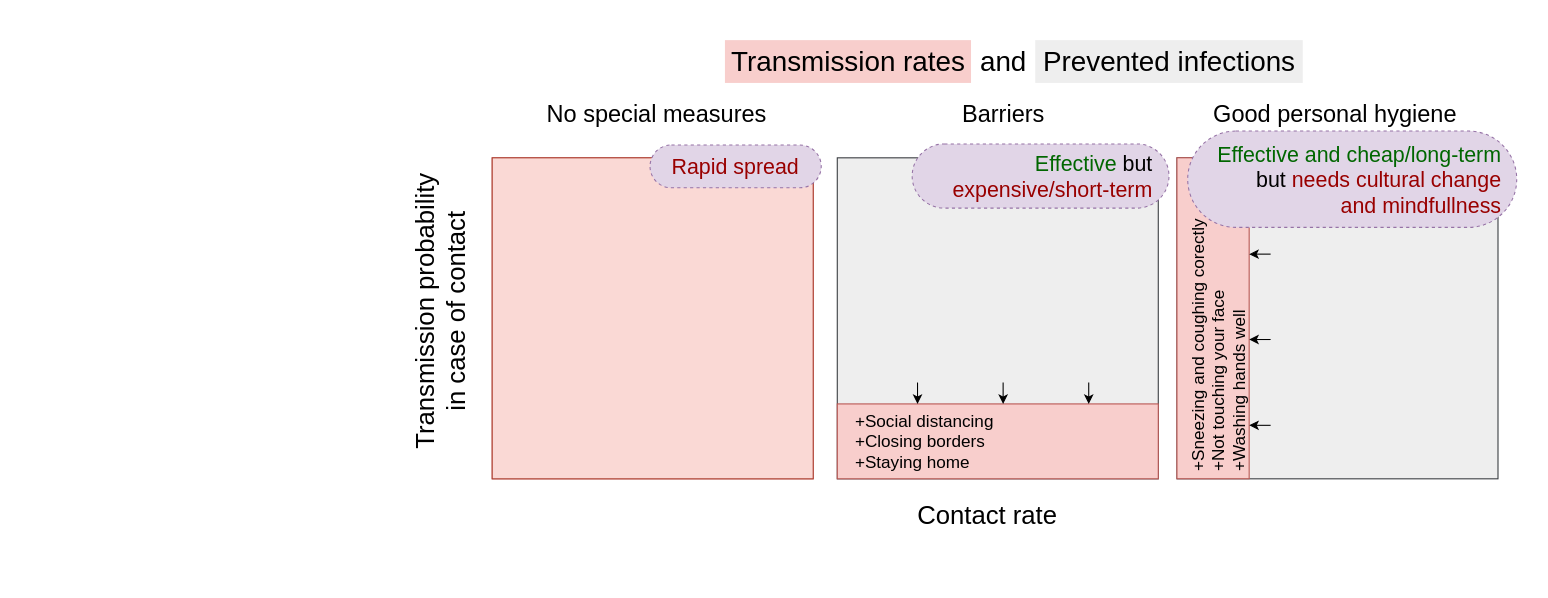
pesho-ivanov/pesho-ivanov.github.io keeps this draw.io diagram as sneeze/measures.drawio. Above is the earlier version. Source tidied: cells renumbered, new cells numbered last; positions are measured from the earlier drawing's top-left corner, leaving out a move shared by most shapes. Both pictures are drawn from the tidied source at 107%, with x=0, y=0 at pixel (296, 40).
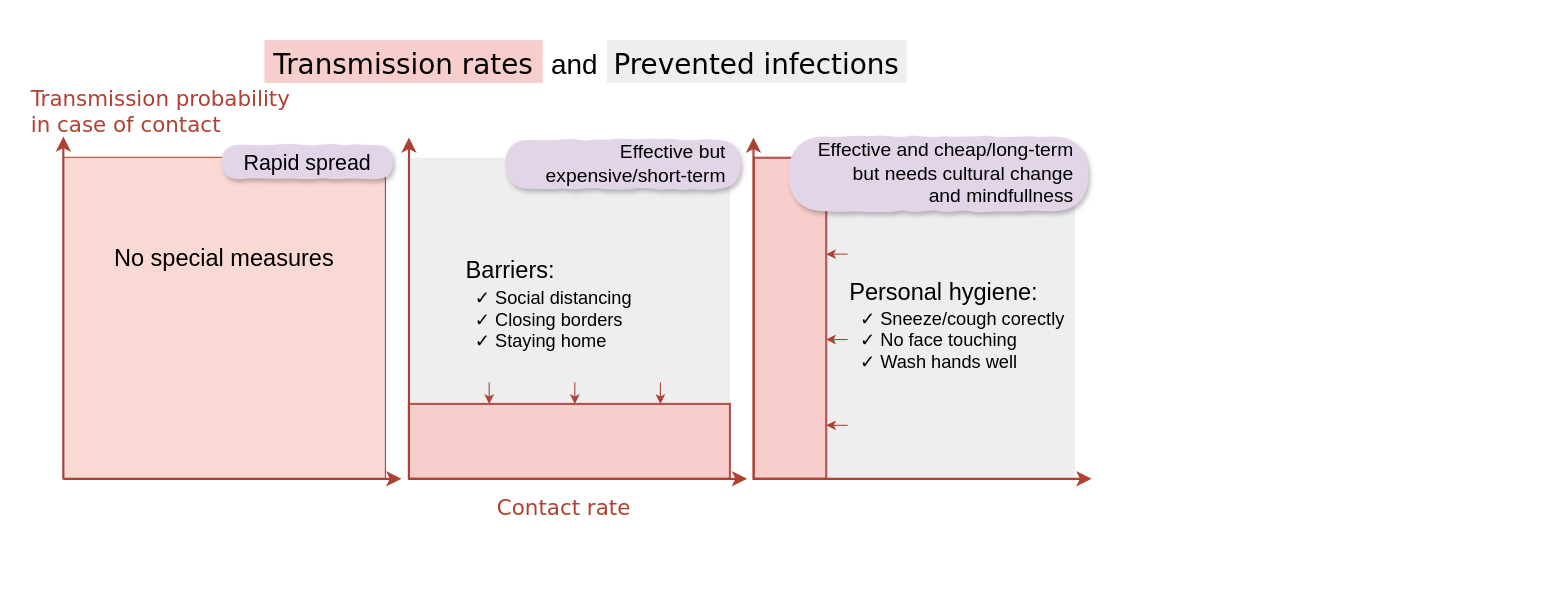
The same diagram, later.

What changed in the source:
```diff
@@
-    <mxCell id="2" value="&lt;font style=&quot;font-size: 24px&quot;&gt;Transmission probability&lt;br&gt;in case of contact&lt;/font&gt;" style="text;html=1;align=center;verticalAlign=middle;fillColor=none;strokeColor=none;rounded=0;rotation=270;horizontal=1;fontSize=24;" parent="1" vertex="1">
-      <mxGeometry y="224" width="270" height="60" as="geometry" />
-    </mxCell>
+    <mxCell id="31" style="rounded=0;whiteSpace=wrap;shadow=0;glass=0;comic=0;strokeColor=none;strokeWidth=1;fontSize=18;" parent="1" vertex="1">
+      <mxGeometry x="-260.3" y="-20" width="1020" height="480" as="geometry" />
+    </mxCell>
-    <mxCell id="3" value="Contact rate" style="text;html=1;align=center;verticalAlign=middle;fillColor=none;strokeColor=none;rounded=0;fontSize=24;" parent="1" vertex="1">
-      <mxGeometry x="570" y="430" width="150" height="30" as="geometry" />
+    <mxCell id="3" value="Contact rate" style="text;align=center;verticalAlign=middle;fillColor=none;strokeColor=none;rounded=0;fontSize=20;fontColor=#AE4132;fontFamily=Verdana;" parent="1" vertex="1">
+      <mxGeometry x="179.7" y="420" width="140" height="30" as="geometry" />
     </mxCell>
     <mxCell id="4" style="group;" parent="1" vertex="1">
-      <mxGeometry x="400" width="540" height="40" as="geometry" />
+      <mxGeometry x="-0.3" width="555" height="40" as="geometry" />
     </mxCell>
-    <mxCell id="5" value="&lt;font style=&quot;font-size: 26px&quot;&gt;Transmission rates&lt;/font&gt;" style="text;html=1;align=center;verticalAlign=middle;fillColor=#f8cecc;strokeColor=none;rounded=0;fontSize=26;" parent="4" vertex="1">
-      <mxGeometry width="230" height="40" as="geometry" />
+    <mxCell id="5" value="Transmission rates" style="text;align=center;verticalAlign=middle;fillColor=#f8cecc;strokeColor=none;rounded=0;fontSize=26;fontFamily=Verdana;" parent="4" vertex="1">
+      <mxGeometry x="-30" width="260" height="40" as="geometry" />
     </mxCell>
-    <mxCell id="6" value="&lt;font style=&quot;font-size: 26px&quot;&gt;Prevented infections&lt;/font&gt;" style="text;html=1;align=center;verticalAlign=middle;fillColor=#eeeeee;strokeColor=none;rounded=0;fontSize=26;" parent="4" vertex="1">
-      <mxGeometry x="290" width="250" height="40" as="geometry" />
+    <mxCell id="6" value="Prevented infections" style="text;align=center;verticalAlign=middle;fillColor=#eeeeee;strokeColor=none;rounded=0;fontSize=26;fontFamily=Verdana;" parent="4" vertex="1">
+      <mxGeometry x="290" width="280" height="40" as="geometry" />
     </mxCell>
-    <mxCell id="7" value="&lt;font style=&quot;font-size: 26px&quot;&gt;and&lt;/font&gt;" style="text;html=1;align=center;verticalAlign=middle;fillColor=none;strokeColor=none;rounded=0;fontSize=26;" parent="4" vertex="1">
+    <mxCell id="7" value="and" style="text;align=center;verticalAlign=middle;fillColor=none;strokeColor=none;rounded=0;fontSize=26;" parent="4" vertex="1">
       <mxGeometry x="230" width="60" height="40" as="geometry" />
     </mxCell>
     <mxCell id="8" style="group;" parent="1" vertex="1">
-      <mxGeometry x="690" y="100" width="462.5" height="310" as="geometry" />
+      <mxGeometry x="294.7" y="100" width="462.5" height="310" as="geometry" />
     </mxCell>
-    <mxCell id="9" style="rounded=0;whiteSpace=wrap;html=1;fillColor=#eeeeee;strokeColor=#36393d;rotation=90;" parent="8" vertex="1">
+    <mxCell id="9" style="rounded=0;whiteSpace=wrap;fillColor=#eeeeee;strokeColor=none;rotation=90;" parent="8" vertex="1">
       <mxGeometry x="132.5" y="10" width="300" height="300" as="geometry" />
     </mxCell>
-    <mxCell id="10" style="rounded=0;whiteSpace=wrap;html=1;fillColor=#f8cecc;strokeColor=#b85450;rotation=90;" parent="8" vertex="1">
+    <mxCell id="10" style="rounded=0;whiteSpace=wrap;fillColor=#f8cecc;strokeColor=#b85450;rotation=90;strokeWidth=2;" parent="8" vertex="1">
       <mxGeometry x="16.2" y="126.2" width="300" height="67.5" as="geometry" />
     </mxCell>
-    <mxCell id="11" value="+Sneezing and coughing corectly&lt;br&gt;+Not touching your face&lt;br&gt;+Washing hands well" style="text;html=1;align=left;verticalAlign=middle;fillColor=none;strokeColor=none;rounded=0;rotation=-90;fontSize=16;" parent="8" vertex="1">
-      <mxGeometry x="46.2" y="150" width="250" height="60" as="geometry" />
-    </mxCell>
-    <mxCell id="12" style="endArrow=classic;html=1;" parent="8" edge="1">
+    <mxCell id="12" style="endArrow=classic;strokeColor=#AE4132;" parent="8" edge="1">
       <mxGeometry relative="1" as="geometry">
         <mxPoint x="220" y="100" as="sourcePoint" />
         <mxPoint x="200" y="100" as="targetPoint" />
       </mxGeometry>
     </mxCell>
-    <mxCell id="13" style="endArrow=classic;html=1;" parent="8" edge="1">
+    <mxCell id="13" style="endArrow=classic;strokeColor=#AE4132;" parent="8" edge="1">
       <mxGeometry relative="1" as="geometry">
         <mxPoint x="220" y="260" as="sourcePoint" />
         <mxPoint x="200" y="260" as="targetPoint" />
       </mxGeometry>
     </mxCell>
-    <mxCell id="14" style="endArrow=classic;html=1;" parent="8" edge="1">
+    <mxCell id="14" style="endArrow=classic;strokeColor=#AE4132;" parent="8" edge="1">
       <mxGeometry relative="1" as="geometry">
         <mxPoint x="220" y="179.8" as="sourcePoint" />
         <mxPoint x="200" y="179.8" as="targetPoint" />
       </mxGeometry>
     </mxCell>
+    <mxCell id="32" style="group;" parent="8" vertex="1">
+      <mxGeometry x="230" y="120" width="230" height="114.3" as="geometry" />
+    </mxCell>
+    <mxCell id="11" value="&#10;✓ Sneeze/cough corectly&#10;✓ No face touching&#10;✓ Wash hands well&#10;" style="text;align=left;verticalAlign=middle;fillColor=none;strokeColor=none;rounded=0;rotation=0;fontSize=17;fontColor=#000000;labelBorderColor=none;" parent="32" vertex="1">
+      <mxGeometry y="14.3" width="210" height="90" as="geometry" />
+    </mxCell>
+    <mxCell id="29" value="Personal hygiene:&#10;" style="text;align=center;verticalAlign=middle;fillColor=none;strokeColor=none;rounded=0;fontSize=22;" parent="32" vertex="1">
+      <mxGeometry x="-15" y="11" width="190" height="30" as="geometry" />
+    </mxCell>
     <mxCell id="15" style="group;" parent="1" vertex="1">
-      <mxGeometry x="495" y="79" width="310" height="426" as="geometry" />
+      <mxGeometry x="94.7" y="79" width="320" height="426" as="geometry" />
     </mxCell>
-    <mxCell id="16" style="rounded=0;whiteSpace=wrap;html=1;fillColor=#eeeeee;strokeColor=#36393d;rotation=-90;" parent="15" vertex="1">
+    <mxCell id="16" style="rounded=0;whiteSpace=wrap;fillColor=#eeeeee;strokeColor=none;rotation=-90;" parent="15" vertex="1">
       <mxGeometry x="10" y="31" width="300" height="300" as="geometry" />
     </mxCell>
-    <mxCell id="17" style="rounded=0;whiteSpace=wrap;html=1;fillColor=#f8cecc;strokeColor=#b85450;rotation=-90;" parent="15" vertex="1">
+    <mxCell id="17" style="rounded=0;whiteSpace=wrap;fillColor=#f8cecc;strokeColor=#b85450;rotation=-90;strokeWidth=2;" parent="15" vertex="1">
       <mxGeometry x="125" y="146" width="70" height="300" as="geometry" />
     </mxCell>
-    <mxCell id="18" value="&lt;font style=&quot;font-size: 16px&quot;&gt;+Social distancing&lt;br&gt;+Closing borders&lt;br&gt;+Staying home&lt;br&gt;&lt;/font&gt;" style="text;html=1;align=left;verticalAlign=middle;fillColor=none;strokeColor=none;rounded=0;fontSize=16;" parent="15" vertex="1">
-      <mxGeometry x="25" y="266" width="140" height="60" as="geometry" />
-    </mxCell>
-    <mxCell id="19" value="&lt;font style=&quot;font-size: 20px&quot;&gt;&lt;font color=&quot;#006600&quot;&gt;Effective&lt;/font&gt; but&amp;nbsp;&amp;nbsp;&lt;br style=&quot;font-size: 20px&quot;&gt;&lt;font color=&quot;#990000&quot;&gt;expensive/short-term&lt;/font&gt;&amp;nbsp;&amp;nbsp;&lt;br&gt;&lt;/font&gt;" style="whiteSpace=wrap;html=1;rounded=1;arcSize=50;align=right;verticalAlign=middle;strokeWidth=1;spacing=4;dashed=1;fillColor=#e1d5e7;fontSize=20;strokeColor=#9673a6;" parent="15" vertex="1">
-      <mxGeometry x="80" y="18" width="240" height="60" as="geometry" />
+    <mxCell id="19" value="Effective but  &#10;expensive/short-term  " style="whiteSpace=wrap;rounded=1;arcSize=50;align=right;verticalAlign=middle;strokeWidth=1;spacing=4;fillColor=#e1d5e7;fontSize=18;strokeColor=none;comic=1;glass=0;shadow=1;perimeterSpacing=0;" parent="15" vertex="1">
+      <mxGeometry x="100" y="14" width="220" height="46" as="geometry" />
     </mxCell>
-    <mxCell id="20" style="endArrow=classic;html=1;" parent="15" edge="1">
+    <mxCell id="20" style="endArrow=classic;strokeColor=#AE4132;" parent="15" edge="1">
       <mxGeometry relative="1" as="geometry">
         <mxPoint x="85" y="241" as="sourcePoint" />
         <mxPoint x="85" y="261" as="targetPoint" />
       </mxGeometry>
     </mxCell>
-    <mxCell id="21" style="endArrow=classic;html=1;" parent="15" edge="1">
+    <mxCell id="21" style="endArrow=classic;strokeColor=#AE4132;" parent="15" edge="1">
       <mxGeometry relative="1" as="geometry">
         <mxPoint x="165" y="241" as="sourcePoint" />
         <mxPoint x="165" y="261" as="targetPoint" />
       </mxGeometry>
     </mxCell>
-    <mxCell id="22" style="endArrow=classic;html=1;" parent="15" edge="1">
+    <mxCell id="22" style="endArrow=classic;strokeColor=#AE4132;" parent="15" edge="1">
       <mxGeometry relative="1" as="geometry">
         <mxPoint x="245" y="241" as="sourcePoint" />
         <mxPoint x="245" y="261" as="targetPoint" />
       </mxGeometry>
     </mxCell>
-    <mxCell id="23" style="group;" parent="1" vertex="1">
-      <mxGeometry x="182.5" y="98" width="307.5" height="312" as="geometry" />
-    </mxCell>
+    <mxCell id="33" style="group;" parent="15" vertex="1">
+      <mxGeometry x="70" y="116" width="180" height="120" as="geometry" />
+    </mxCell>
+    <mxCell id="18" value="&#10;✓ Social distancing&#10;✓ Closing borders&#10;✓ Staying home&#10;" style="text;align=left;verticalAlign=middle;fillColor=none;strokeColor=none;rounded=0;fontSize=17;" parent="33" vertex="1">
+      <mxGeometry y="20" width="160" height="90" as="geometry" />
+    </mxCell>
+    <mxCell id="27" value="Barriers:" style="text;align=center;verticalAlign=middle;fillColor=none;strokeColor=none;rounded=0;fontSize=22;" parent="33" vertex="1">
+      <mxGeometry x="-15" y="3" width="100" height="30" as="geometry" />
+    </mxCell>
+    <mxCell id="30" value="Effective and cheap/long-term  &#10;but needs cultural change  &#10;and mindfullness  " style="whiteSpace=wrap;rounded=1;arcSize=50;align=right;verticalAlign=middle;strokeWidth=1;spacing=4;dashed=1;fillColor=#e1d5e7;fontSize=18;strokeColor=none;comic=1;shadow=1;" parent="1" vertex="1">
+      <mxGeometry x="459.7" y="90" width="280" height="70" as="geometry" />
+    </mxCell>
-    <mxCell id="24" style="group;rotation=90;fillColor=#f8cecc;strokeColor=#b85450;" parent="23" vertex="1">
-      <mxGeometry y="12" width="300" height="300" as="geometry" />
+    <mxCell id="24" style="group;rotation=90;fillColor=#f8cecc;strokeColor=#AE4132;strokeWidth=2;" parent="1" vertex="1">
+      <mxGeometry x="-217.8" y="110" width="300" height="300" as="geometry" />
     </mxCell>
-    <mxCell id="25" style="rounded=0;whiteSpace=wrap;html=1;fillColor=#fad9d5;strokeColor=#ae4132;rotation=90;" parent="24" vertex="1">
+    <mxCell id="25" style="rounded=0;whiteSpace=wrap;fillColor=#fad9d5;strokeColor=none;rotation=90;strokeWidth=2;" parent="24" vertex="1">
       <mxGeometry width="300" height="300" as="geometry" />
     </mxCell>
+    <mxCell id="28" value="No special measures&#10;" style="text;align=center;verticalAlign=middle;fillColor=none;strokeColor=none;rounded=0;fontSize=22;" parent="24" vertex="1">
+      <mxGeometry x="40" y="90" width="220" height="30" as="geometry" />
+    </mxCell>
-    <mxCell id="26" value="&lt;font style=&quot;font-size: 20px&quot; color=&quot;#990000&quot;&gt;Rapid spread&lt;/font&gt;" style="whiteSpace=wrap;html=1;rounded=1;arcSize=50;align=center;verticalAlign=middle;strokeWidth=1;spacing=4;dashed=1;fillColor=#e1d5e7;fontSize=20;strokeColor=#9673a6;" parent="23" vertex="1">
-      <mxGeometry x="147.5" width="160" height="40" as="geometry" />
+    <mxCell id="26" value="Rapid spread" style="whiteSpace=wrap;rounded=1;arcSize=50;align=center;verticalAlign=middle;strokeWidth=2;spacing=4;dashed=1;fillColor=#e1d5e7;fontSize=20;strokeColor=none;comic=1;shadow=1;" parent="1" vertex="1">
+      <mxGeometry x="-70.3" y="98" width="160" height="32" as="geometry" />
     </mxCell>
-    <mxCell id="27" value="&lt;font style=&quot;font-size: 22px&quot;&gt;Barriers&lt;/font&gt;" style="text;html=1;align=center;verticalAlign=middle;fillColor=none;strokeColor=none;rounded=0;fontSize=22;" parent="1" vertex="1">
-      <mxGeometry x="615" y="55" width="90" height="30" as="geometry" />
-    </mxCell>
-    <mxCell id="28" value="&lt;font style=&quot;font-size: 22px&quot;&gt;No special measures&lt;br&gt;&lt;/font&gt;" style="text;html=1;align=center;verticalAlign=middle;fillColor=none;strokeColor=none;rounded=0;fontSize=22;" parent="1" vertex="1">
-      <mxGeometry x="226.2" y="55" width="220" height="30" as="geometry" />
-    </mxCell>
-    <mxCell id="29" value="&lt;font style=&quot;font-size: 22px&quot;&gt;Good personal hygiene&lt;br&gt;&lt;/font&gt;" style="text;html=1;align=center;verticalAlign=middle;fillColor=none;strokeColor=none;rounded=0;fontSize=22;" parent="1" vertex="1">
-      <mxGeometry x="850" y="55" width="240" height="30" as="geometry" />
-    </mxCell>
-    <mxCell id="30" value="&lt;font color=&quot;#006600&quot;&gt;Effective and cheap/long-term&lt;/font&gt;&amp;nbsp;&amp;nbsp;&lt;br style=&quot;font-size: 20px&quot;&gt;but&lt;font color=&quot;#990000&quot;&gt; needs cultural change&amp;nbsp;&amp;nbsp;&lt;br&gt;and mindfullness&lt;/font&gt;&amp;nbsp;&amp;nbsp;" style="whiteSpace=wrap;html=1;rounded=1;arcSize=50;align=right;verticalAlign=middle;strokeWidth=1;spacing=4;dashed=1;fillColor=#e1d5e7;fontSize=20;strokeColor=#9673a6;" parent="1" vertex="1">
-      <mxGeometry x="832.5" y="85" width="307.5" height="90" as="geometry" />
-    </mxCell>
+    <mxCell id="34" style="endArrow=classic;fontSize=18;strokeColor=#AE4132;strokeWidth=2;endSize=8;" parent="1" edge="1">
+      <mxGeometry relative="1" as="geometry">
+        <mxPoint x="-218.3" y="410" as="sourcePoint" />
+        <mxPoint x="97.7" y="410" as="targetPoint" />
+      </mxGeometry>
+    </mxCell>
+    <mxCell id="35" style="endArrow=classic;fontSize=18;strokeColor=#AE4132;strokeWidth=2;endSize=8;" parent="1" edge="1">
+      <mxGeometry relative="1" as="geometry">
+        <mxPoint x="-218.3" y="410" as="sourcePoint" />
+        <mxPoint x="-218.3" y="90" as="targetPoint" />
+      </mxGeometry>
+    </mxCell>
+    <mxCell id="36" style="endArrow=classic;fontSize=18;strokeColor=#AE4132;strokeWidth=2;endSize=8;" parent="1" edge="1">
+      <mxGeometry relative="1" as="geometry">
+        <mxPoint x="104.7" y="410" as="sourcePoint" />
+        <mxPoint x="420.7" y="410" as="targetPoint" />
+      </mxGeometry>
+    </mxCell>
+    <mxCell id="37" style="endArrow=classic;fontSize=18;strokeColor=#AE4132;strokeWidth=2;endSize=8;" parent="1" edge="1">
+      <mxGeometry relative="1" as="geometry">
+        <mxPoint x="104.7" y="411" as="sourcePoint" />
+        <mxPoint x="104.7" y="91" as="targetPoint" />
+      </mxGeometry>
+    </mxCell>
+    <mxCell id="38" style="endArrow=classic;fontSize=18;strokeColor=#AE4132;strokeWidth=2;endSize=8;" parent="1" edge="1">
+      <mxGeometry relative="1" as="geometry">
+        <mxPoint x="426.7" y="410" as="sourcePoint" />
+        <mxPoint x="742.7" y="410" as="targetPoint" />
+      </mxGeometry>
+    </mxCell>
+    <mxCell id="39" style="endArrow=classic;fontSize=18;strokeColor=#AE4132;strokeWidth=2;endSize=8;" parent="1" edge="1">
+      <mxGeometry relative="1" as="geometry">
+        <mxPoint x="426.7" y="411" as="sourcePoint" />
+        <mxPoint x="426.7" y="91" as="targetPoint" />
+      </mxGeometry>
+    </mxCell>
+    <mxCell id="2" value="Transmission probability&#10;in case of contact" style="text;align=left;verticalAlign=middle;fillColor=none;strokeColor=none;rounded=0;rotation=0;horizontal=1;fontSize=20;fontColor=#AE4132;fontFamily=Verdana;" parent="1" vertex="1">
+      <mxGeometry x="-250.3" y="40" width="260" height="50" as="geometry" />
+    </mxCell>
+    <mxCell id="40" style="edgeStyle=orthogonalEdgeStyle;rounded=0;orthogonalLoop=1;jettySize=auto;exitX=0.5;exitY=1;exitDx=0;exitDy=0;endSize=8;strokeColor=#AE4132;strokeWidth=2;fontSize=20;fontColor=#AE4132;" parent="1" edge="1" source="31" target="31">
+      <mxGeometry relative="1" as="geometry" />
+    </mxCell>
```
